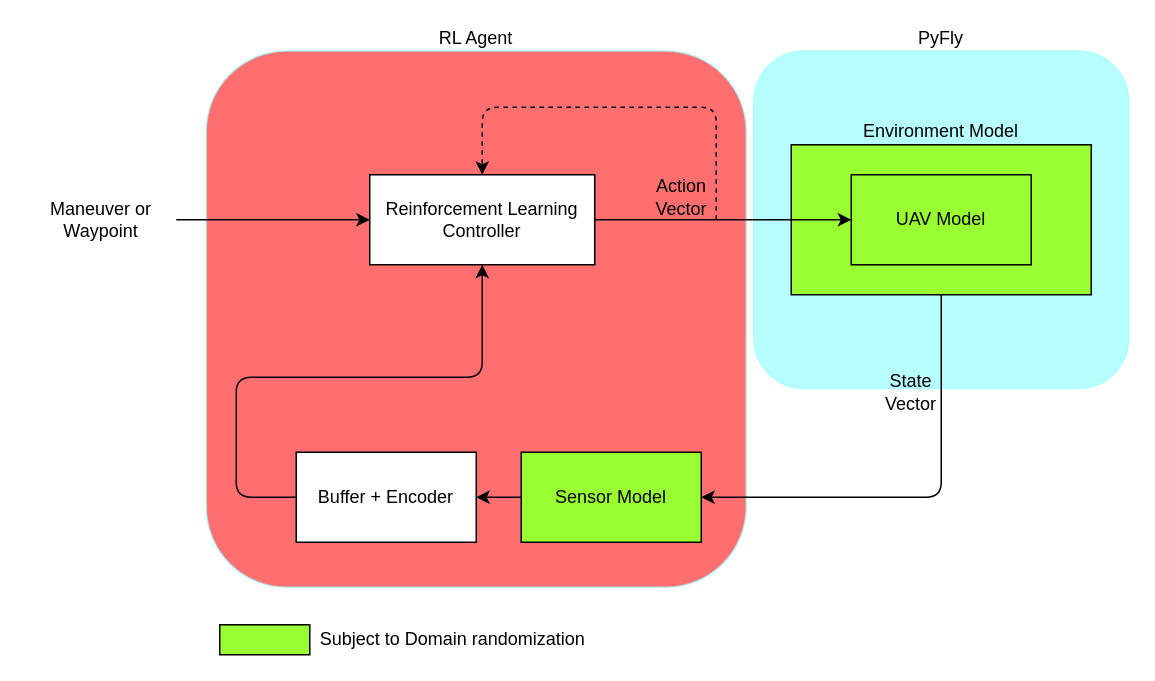
MoritzSchueler96/TUM_ADLR_Deep_Reinforcement_Learning keeps this draw.io diagram as Untitled Diagram.drawio. Above is the earlier version. Source tidied: cells renumbered, new cells numbered last; positions are measured from the earlier drawing's top-left corner, leaving out a move shared by most shapes. Both pictures are drawn from the tidied source at 150%, with x=0, y=0 at pixel (26, 50).
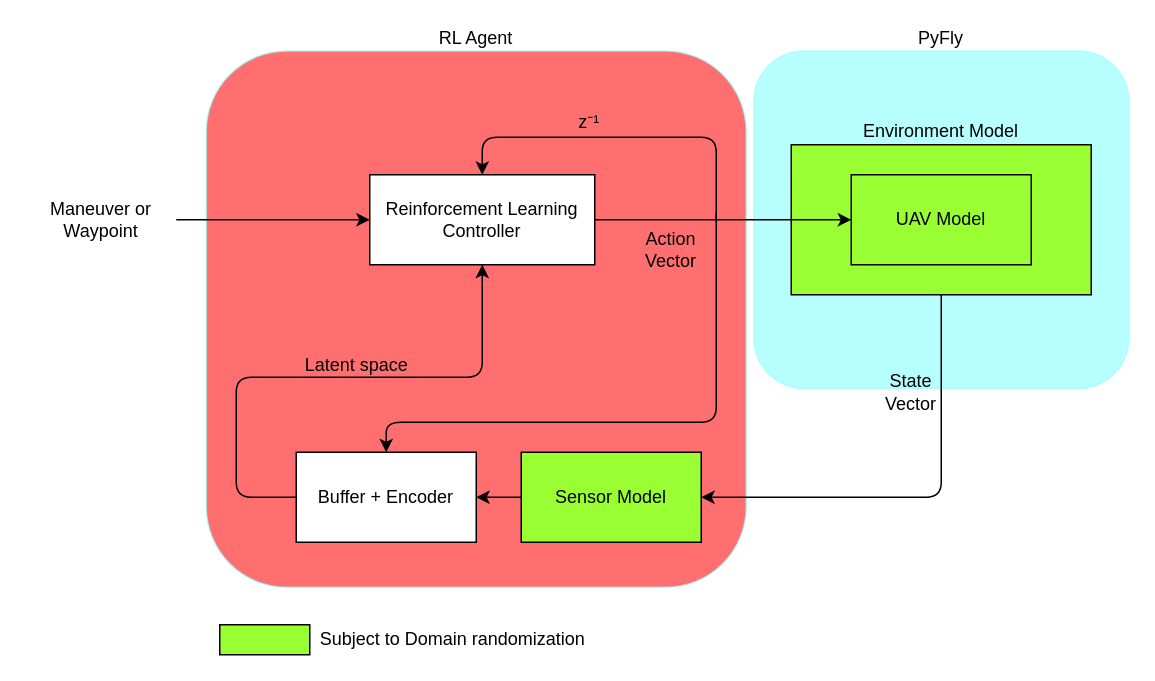
The same page after the edit.

Commit message:
added z⁻1 and latent space

Unchanged cells that the change refers to:
```xml
<mxCell id="4" value="Reinforcement Learning Controller" style="rounded=0;whiteSpace=wrap;html=1;" parent="1" vertex="1">
  <mxGeometry x="229" y="83" width="150" height="60" as="geometry" />
</mxCell>
<mxCell id="11" value="Buffer + Encoder" style="rounded=0;whiteSpace=wrap;html=1;" parent="1" vertex="1">
  <mxGeometry x="180" y="268" width="120" height="60" as="geometry" />
</mxCell>
```

Change to the diagram source:
```diff
@@
     <mxCell id="14" value="Action Vector" style="text;html=1;strokeColor=none;fillColor=none;align=center;verticalAlign=middle;whiteSpace=wrap;rounded=0;labelBackgroundColor=none;opacity=70;" parent="1" vertex="1">
-      <mxGeometry x="417" y="88" width="40" height="20" as="geometry" />
+      <mxGeometry x="410" y="123" width="40" height="20" as="geometry" />
     </mxCell>
@@
-    <mxCell id="19" style="endArrow=classic;dashed=1;html=1;entryX=0.5;entryY=0;entryDx=0;entryDy=0;startArrow=none;startFill=0;endFill=1;" parent="1" edge="1" target="4">
-      <mxGeometry relative="1" as="geometry">
-        <mxPoint x="460" y="113" as="sourcePoint" />
-        <Array as="points">
-          <mxPoint x="460" y="38" />
-          <mxPoint x="304" y="38" />
-        </Array>
-      </mxGeometry>
-    </mxCell>
+    <mxCell id="20" style="endArrow=classic;html=1;strokeWidth=1;entryX=0.5;entryY=0;entryDx=0;entryDy=0;" parent="1" edge="1" target="4">
+      <mxGeometry relative="1" as="geometry">
+        <mxPoint x="460" y="113" as="sourcePoint" />
+        <Array as="points">
+          <mxPoint x="460" y="58" />
+          <mxPoint x="304" y="58" />
+        </Array>
+      </mxGeometry>
+    </mxCell>
+    <mxCell id="21" style="endArrow=classic;html=1;strokeWidth=1;entryX=0.5;entryY=0;entryDx=0;entryDy=0;" parent="1" edge="1" target="11">
+      <mxGeometry relative="1" as="geometry">
+        <mxPoint x="460" y="108" as="sourcePoint" />
+        <Array as="points">
+          <mxPoint x="460" y="248" />
+          <mxPoint x="240" y="248" />
+        </Array>
+      </mxGeometry>
+    </mxCell>
+    <mxCell id="22" value="z⁻¹" style="text;html=1;align=center;verticalAlign=middle;" parent="1" vertex="1">
+      <mxGeometry x="360" y="38" width="30" height="20" as="geometry" />
+    </mxCell>
+    <mxCell id="23" value="Latent space" style="text;html=1;align=center;verticalAlign=middle;" parent="1" vertex="1">
+      <mxGeometry x="180" y="200" width="80" height="20" as="geometry" />
+    </mxCell>
```
